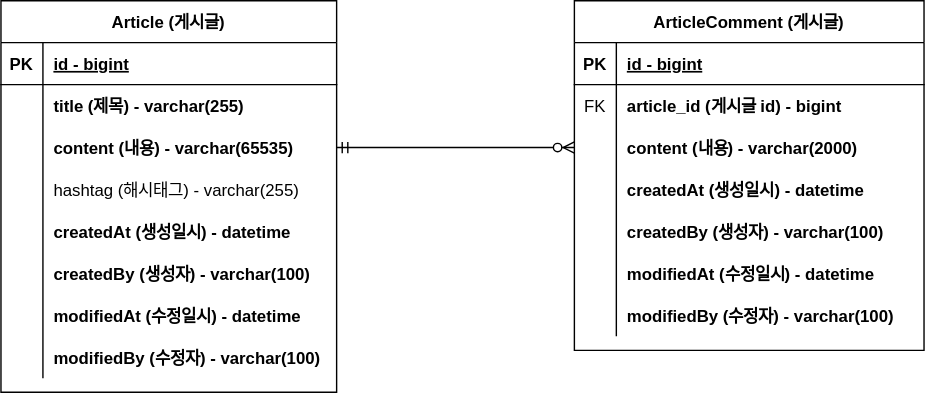
Earlier version of the draw.io export document/project-board-erd.svg (riderkaman/fastcampus-project-board). Source tidied: cells renumbered, new cells last; positions are measured from the earlier drawing's top-left corner, leaving out a move shared by most shapes.
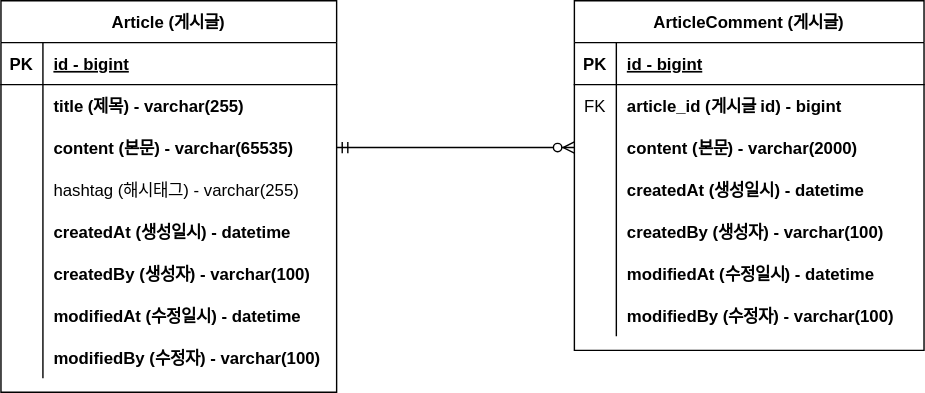
After the change.

Commit message:
#4 - ERD 주석 업데이트: project-board-erd.svg

The edit, as a diff of the source:
```diff
@@ -29,7 +29,7 @@
     <mxCell id="10" style="shape=partialRectangle;overflow=hidden;fillColor=none;top=0;left=0;bottom=0;right=0;" parent="9" vertex="1">
       <mxGeometry width="30" height="30" as="geometry" />
     </mxCell>
-    <mxCell id="11" value="content (내용) - varchar(65535) " style="shape=partialRectangle;overflow=hidden;fillColor=none;top=0;left=0;bottom=0;right=0;align=left;spacingLeft=6;fontStyle=1;" parent="9" vertex="1">
+    <mxCell id="11" value="content (본문) - varchar(65535) " style="shape=partialRectangle;overflow=hidden;fillColor=none;top=0;left=0;bottom=0;right=0;align=left;spacingLeft=6;fontStyle=1;" parent="9" vertex="1">
       <mxGeometry x="30" width="210" height="30" as="geometry" />
     </mxCell>
     <mxCell id="12" style="shape=partialRectangle;fillColor=none;top=0;left=0;right=0;bottom=0;" parent="2" vertex="1">
@@ -104,7 +104,7 @@
     <mxCell id="35" style="shape=partialRectangle;overflow=hidden;fillColor=none;top=0;left=0;bottom=0;right=0;" parent="34" vertex="1">
       <mxGeometry width="30" height="30" as="geometry" />
     </mxCell>
-    <mxCell id="36" value="content (내용) - varchar(2000)" style="shape=partialRectangle;overflow=hidden;fillColor=none;top=0;left=0;bottom=0;right=0;align=left;spacingLeft=6;fontStyle=1;" parent="34" vertex="1">
+    <mxCell id="36" value="content (본문) - varchar(2000)" style="shape=partialRectangle;overflow=hidden;fillColor=none;top=0;left=0;bottom=0;right=0;align=left;spacingLeft=6;fontStyle=1;" parent="34" vertex="1">
       <mxGeometry x="30" width="220" height="30" as="geometry" />
     </mxCell>
     <mxCell id="37" style="shape=partialRectangle;fillColor=none;top=0;left=0;right=0;bottom=0;" parent="27" vertex="1">
```
